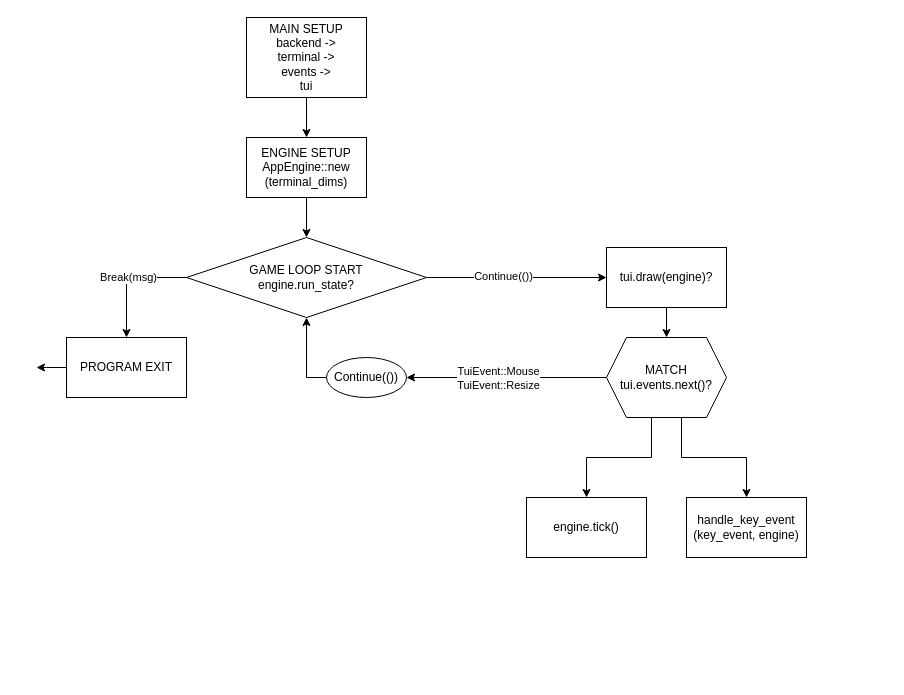
This is gol_template.drawio from zgrow/misc_bucket, a draw.io file, before an edit. Source tidied: cells renumbered, new cells numbered last; positions are measured from the earlier drawing's top-left corner, leaving out a move shared by most shapes. Both pictures are drawn from the tidied source at 100%, with x=0, y=0 at pixel (36, 17).
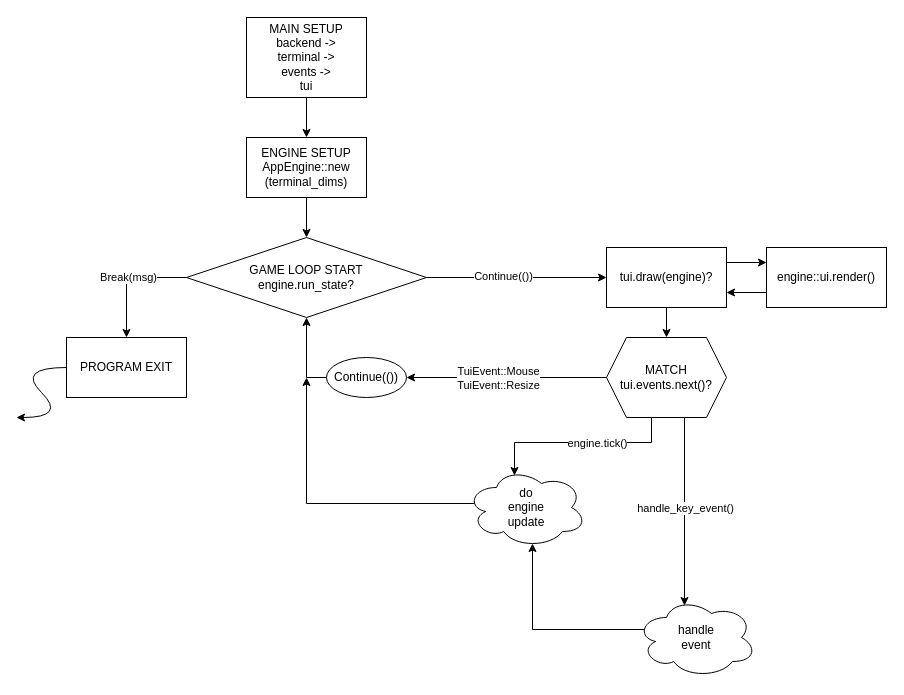
The same diagram, later.

The change refers to these unchanged cells:
```xml
<mxCell id="12" value="PROGRAM EXIT" style="rounded=0;whiteSpace=wrap;html=1;" parent="1" vertex="1">
  <mxGeometry x="30" y="320" width="120" height="60" as="geometry" />
</mxCell>
<mxCell id="14" value="tui.draw(engine)?" style="rounded=0;whiteSpace=wrap;html=1;" parent="1" vertex="1">
  <mxGeometry x="570" y="230" width="120" height="60" as="geometry" />
</mxCell>
<mxCell id="19" value="&lt;div&gt;MATCH&lt;/div&gt;&lt;div&gt;tui.events.next()?&lt;br&gt;&lt;/div&gt;" style="shape=hexagon;perimeter=hexagonPerimeter2;whiteSpace=wrap;html=1;fixedSize=1;" parent="1" vertex="1">
  <mxGeometry x="570" y="320" width="120" height="80" as="geometry" />
</mxCell>
```

What changed in the source:
```diff
@@
-    <mxCell id="11" style="edgeStyle=orthogonalEdgeStyle;rounded=0;jettySize=auto;html=1;" parent="1" edge="1" source="12">
-      <mxGeometry relative="1" as="geometry">
-        <mxPoint y="350" as="targetPoint" />
-      </mxGeometry>
-    </mxCell>
@@
+    <mxCell id="24" style="edgeStyle=orthogonalEdgeStyle;rounded=0;jettySize=auto;html=1;exitX=1;exitY=0.25;exitDx=0;exitDy=0;entryX=0;entryY=0.25;entryDx=0;entryDy=0;" parent="1" edge="1" source="14" target="27">
+      <mxGeometry relative="1" as="geometry" />
+    </mxCell>
@@
-    <mxCell id="17" style="edgeStyle=orthogonalEdgeStyle;rounded=0;jettySize=auto;html=1;exitX=0.375;exitY=1;exitDx=0;exitDy=0;" parent="1" edge="1" source="19" target="21">
+    <mxCell id="17" style="edgeStyle=orthogonalEdgeStyle;rounded=0;jettySize=auto;html=1;exitX=0.375;exitY=1;exitDx=0;exitDy=0;entryX=0.4;entryY=0.1;entryDx=0;entryDy=0;entryPerimeter=0;" parent="1" edge="1" source="19" target="29">
       <mxGeometry relative="1" as="geometry" />
     </mxCell>
+    <mxCell id="21" value="engine.tick()" style="edgeLabel;html=1;align=center;verticalAlign=middle;points=[];" parent="17" vertex="1">
+      <mxGeometry x="-0.18" relative="1" as="geometry" />
+    </mxCell>
-    <mxCell id="18" style="edgeStyle=orthogonalEdgeStyle;rounded=0;jettySize=auto;html=1;exitX=0.625;exitY=1;exitDx=0;exitDy=0;entryX=0.5;entryY=0;entryDx=0;entryDy=0;" parent="1" edge="1" source="19" target="20">
-      <mxGeometry relative="1" as="geometry" />
+    <mxCell id="18" style="edgeStyle=orthogonalEdgeStyle;rounded=0;jettySize=auto;html=1;exitX=0.625;exitY=1;exitDx=0;exitDy=0;entryX=0.4;entryY=0.1;entryDx=0;entryDy=0;entryPerimeter=0;" parent="1" edge="1" source="19" target="30">
+      <mxGeometry relative="1" as="geometry">
+        <Array as="points">
+          <mxPoint x="648" y="400" />
+        </Array>
+      </mxGeometry>
     </mxCell>
+    <mxCell id="25" value="handle_key_event()" style="edgeLabel;html=1;align=center;verticalAlign=middle;" parent="18" vertex="1">
+      <mxGeometry x="0.37" relative="1" as="geometry">
+        <mxPoint y="-38" as="offset" />
+      </mxGeometry>
+    </mxCell>
@@
-    <mxCell id="20" value="&lt;div&gt;handle_key_event&lt;/div&gt;&lt;div&gt;(key_event, engine)&lt;br&gt;&lt;/div&gt;" style="rounded=0;whiteSpace=wrap;html=1;" parent="1" vertex="1">
-      <mxGeometry x="650" y="480" width="120" height="60" as="geometry" />
-    </mxCell>
-    <mxCell id="21" value="engine.tick()" style="rounded=0;whiteSpace=wrap;html=1;" parent="1" vertex="1">
-      <mxGeometry x="490" y="480" width="120" height="60" as="geometry" />
-    </mxCell>
@@
+    <mxCell id="26" style="edgeStyle=orthogonalEdgeStyle;rounded=0;jettySize=auto;html=1;exitX=0;exitY=0.75;exitDx=0;exitDy=0;entryX=1;entryY=0.75;entryDx=0;entryDy=0;" parent="1" edge="1" source="27" target="14">
+      <mxGeometry relative="1" as="geometry" />
+    </mxCell>
+    <mxCell id="27" value="engine::ui.render()" style="rounded=0;whiteSpace=wrap;html=1;" parent="1" vertex="1">
+      <mxGeometry x="730" y="230" width="120" height="60" as="geometry" />
+    </mxCell>
+    <mxCell id="28" style="edgeStyle=orthogonalEdgeStyle;rounded=0;jettySize=auto;html=1;exitX=0.07;exitY=0.4;exitDx=0;exitDy=0;exitPerimeter=0;" parent="1" edge="1" source="29">
+      <mxGeometry relative="1" as="geometry">
+        <mxPoint x="270" y="360" as="targetPoint" />
+        <Array as="points">
+          <mxPoint x="270" y="486" />
+          <mxPoint x="270" y="360" />
+        </Array>
+      </mxGeometry>
+    </mxCell>
+    <mxCell id="29" value="&lt;div&gt;do&lt;/div&gt;&lt;div&gt;engine&lt;/div&gt;&lt;div&gt;update&lt;br&gt;&lt;/div&gt;" style="ellipse;shape=cloud;whiteSpace=wrap;html=1;" parent="1" vertex="1">
+      <mxGeometry x="430" y="450" width="120" height="80" as="geometry" />
+    </mxCell>
+    <mxCell id="30" value="&lt;div&gt;handle&lt;/div&gt;&lt;div&gt;event&lt;br&gt;&lt;/div&gt;" style="ellipse;shape=cloud;whiteSpace=wrap;html=1;" parent="1" vertex="1">
+      <mxGeometry x="600" y="580" width="120" height="80" as="geometry" />
+    </mxCell>
+    <mxCell id="31" style="edgeStyle=orthogonalEdgeStyle;rounded=0;jettySize=auto;html=1;exitX=0.07;exitY=0.4;exitDx=0;exitDy=0;exitPerimeter=0;entryX=0.55;entryY=0.95;entryDx=0;entryDy=0;entryPerimeter=0;" parent="1" edge="1" source="30" target="29">
+      <mxGeometry relative="1" as="geometry" />
+    </mxCell>
+    <mxCell id="32" style="curved=1;endArrow=classic;html=1;rounded=0;" parent="1" edge="1">
+      <mxGeometry relative="1" as="geometry">
+        <mxPoint x="30" y="350" as="sourcePoint" />
+        <mxPoint x="-20" y="400" as="targetPoint" />
+        <Array as="points">
+          <mxPoint x="-20" y="350" />
+          <mxPoint x="30" y="400" />
+        </Array>
+      </mxGeometry>
+    </mxCell>
```
